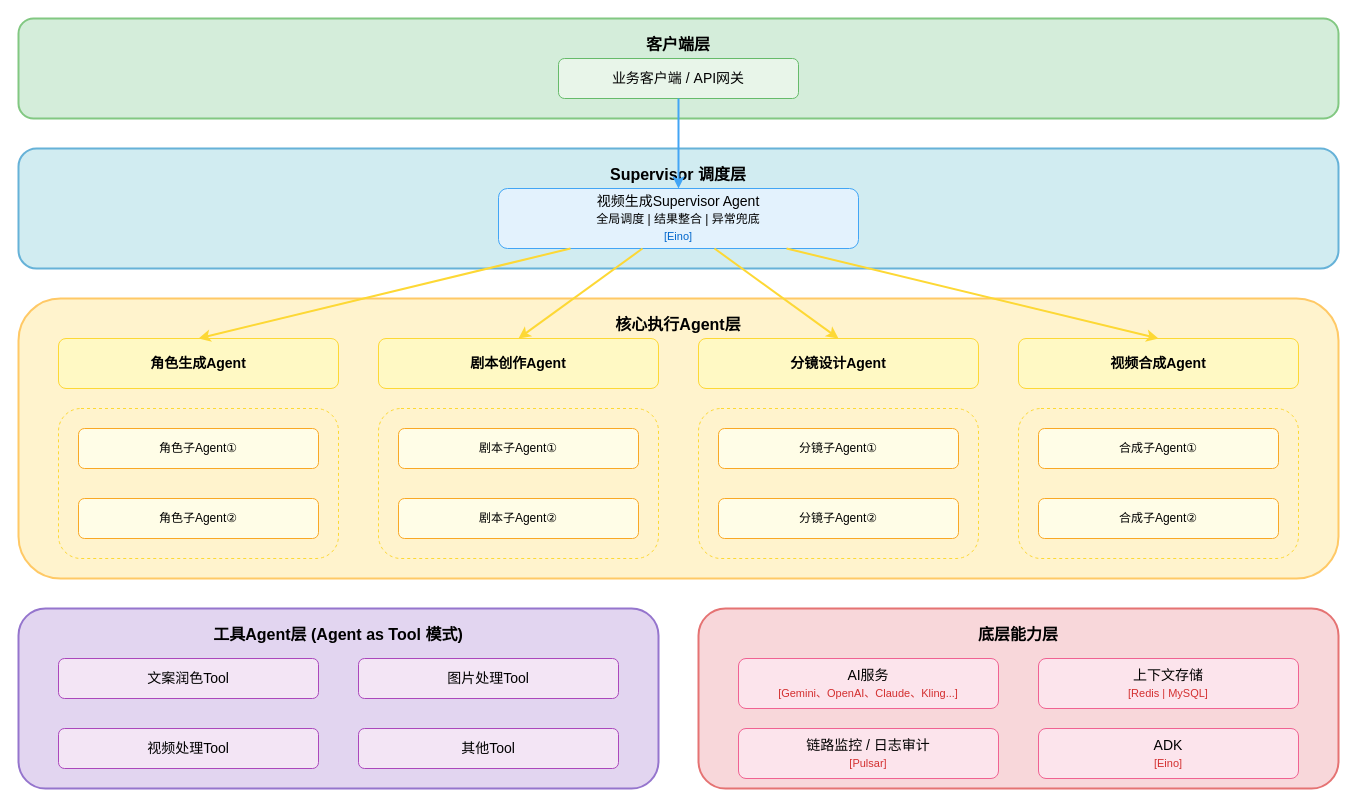
Before: 未命名绘图.drawio in joeytang/imgs, a draw.io diagram. Source tidied: cells renumbered, new cells numbered last; positions are measured from the earlier drawing's top-left corner, leaving out a move shared by most shapes. Both pictures are drawn from the tidied source at 100%, with x=0, y=0 at pixel (18, 18).
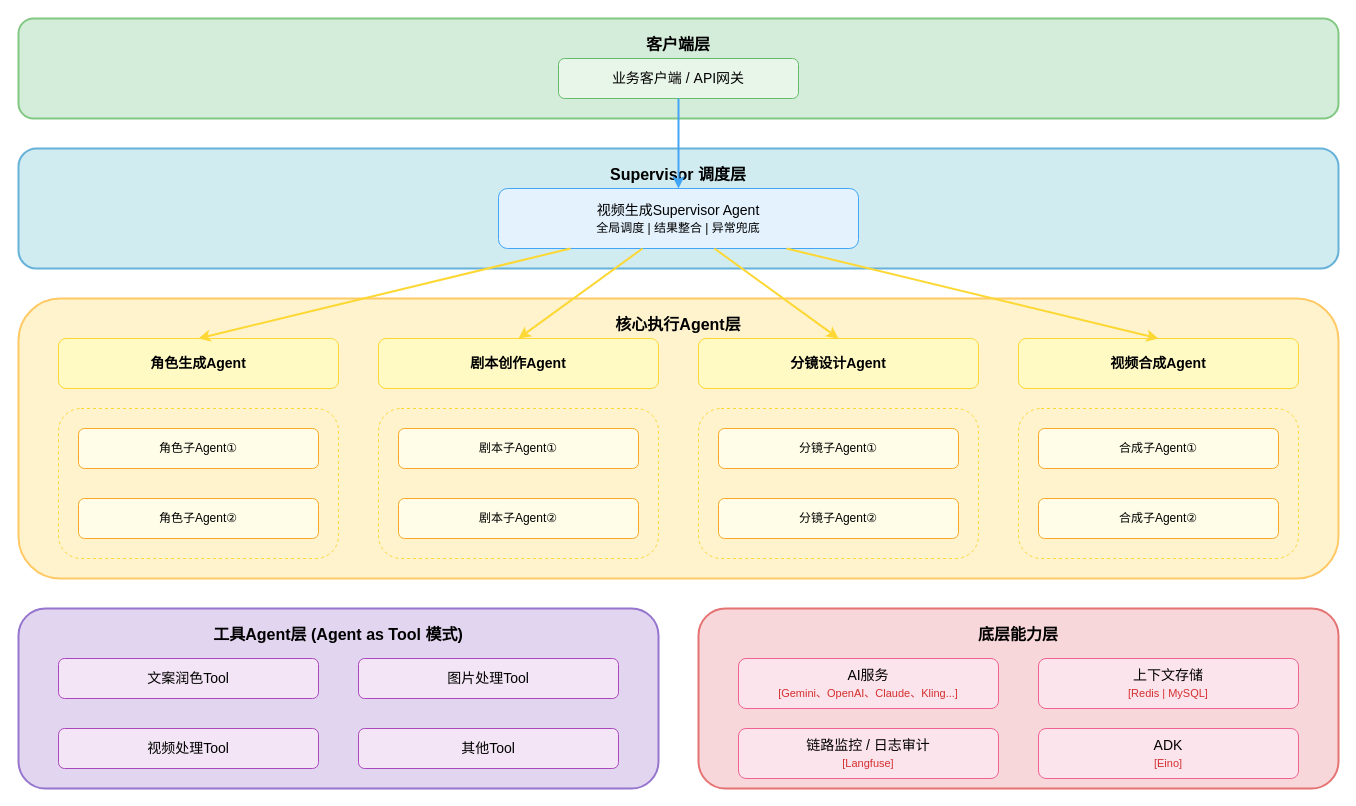
The same page after the edit.

What changed in the source:
```diff
@@
-    <mxCell id="5" value="视频生成Supervisor Agent&lt;br&gt;&lt;font style=&quot;font-size:12px&quot;&gt;全局调度 | 结果整合 | 异常兜底&lt;/font&gt;&lt;br&gt;&lt;font style=&quot;font-size:11px;color:#0066cc&quot;&gt;[Eino]&lt;/font&gt;" style="rounded=1;whiteSpace=wrap;html=1;fillColor=#e3f2fd;strokeColor=#42a5f5;fontSize=14;" parent="1" vertex="1">
+    <mxCell id="5" value="视频生成Supervisor Agent&lt;br&gt;&lt;font style=&quot;font-size:12px&quot;&gt;全局调度 | 结果整合 | 异常兜底&lt;/font&gt;" style="rounded=1;whiteSpace=wrap;html=1;fillColor=#e3f2fd;strokeColor=#42a5f5;fontSize=14;" parent="1" vertex="1">
       <mxGeometry x="480" y="170" width="360" height="60" as="geometry" />
     </mxCell>
@@
-    <mxCell id="31" value="链路监控 / 日志审计&lt;br&gt;&lt;font style=&quot;font-size:11px;color:#d32f2f&quot;&gt;[Pulsar]&lt;/font&gt;" style="rounded=1;whiteSpace=wrap;html=1;fillColor=#fce4ec;strokeColor=#f06292;fontSize=14;" parent="1" vertex="1">
+    <mxCell id="31" value="链路监控 / 日志审计&lt;br&gt;&lt;font style=&quot;font-size: 11px; color: rgb(211, 47, 47);&quot;&gt;[Langfuse]&lt;/font&gt;" style="rounded=1;whiteSpace=wrap;html=1;fillColor=#fce4ec;strokeColor=#f06292;fontSize=14;" parent="1" vertex="1">
       <mxGeometry x="720" y="710" width="260" height="50" as="geometry" />
     </mxCell>
```
